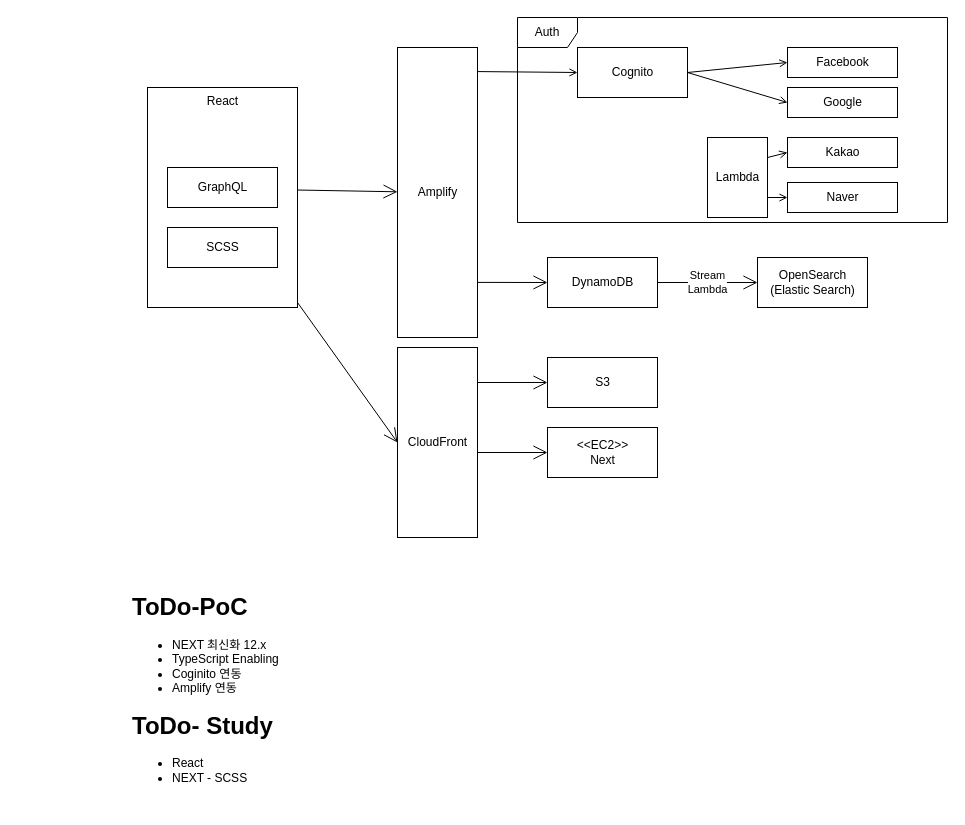
This is draws/BTW-NEXT-01.drawio from BellaBita/snippet, a draw.io file, before an edit. Source tidied: cells renumbered, new cells numbered last; positions are measured from the earlier drawing's top-left corner, leaving out a move shared by most shapes. Both pictures are drawn from the tidied source at 100%, with x=0, y=0 at pixel (127, 17).
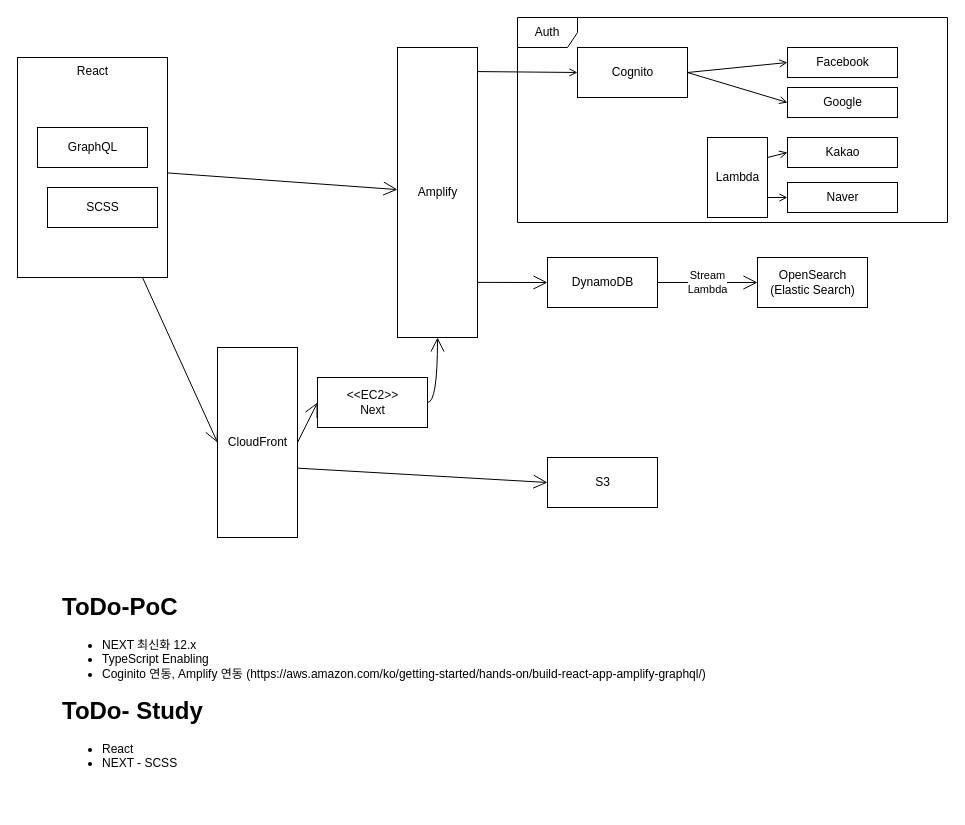
Above is the later version.

Unchanged cells that the change refers to:
```xml
<mxCell id="19" value="Amplify" style="html=1;" parent="1" vertex="1">
  <mxGeometry x="270" y="30" width="80" height="290" as="geometry" />
</mxCell>
```

The edit, as a diff of the source:
```diff
@@
     <mxCell id="3" value="React" style="html=1;verticalAlign=top;" parent="1" vertex="1">
-      <mxGeometry x="20" y="70" width="150" height="220" as="geometry" />
+      <mxGeometry x="-110" y="40" width="150" height="220" as="geometry" />
     </mxCell>
@@
     <mxCell id="14" value="GraphQL" style="html=1;" parent="1" vertex="1">
-      <mxGeometry x="40" y="150" width="110" height="40" as="geometry" />
+      <mxGeometry x="-90" y="110" width="110" height="40" as="geometry" />
     </mxCell>
@@
     <mxCell id="21" value="S3" style="html=1;" parent="1" vertex="1">
-      <mxGeometry x="420" y="340" width="110" height="50" as="geometry" />
+      <mxGeometry x="420" y="440" width="110" height="50" as="geometry" />
     </mxCell>
-    <mxCell id="22" style="endArrow=open;endFill=1;endSize=12;html=1;rounded=0;entryX=0;entryY=0.5;entryDx=0;entryDy=0;" parent="1" edge="1" target="21">
-      <mxGeometry relative="1" as="geometry">
-        <mxPoint x="350" y="365" as="sourcePoint" />
-      </mxGeometry>
+    <mxCell id="22" style="endArrow=open;endFill=1;endSize=12;html=1;rounded=0;entryX=0;entryY=0.5;entryDx=0;entryDy=0;exitX=1;exitY=0.635;exitDx=0;exitDy=0;exitPerimeter=0;" parent="1" edge="1" source="23" target="21">
+      <mxGeometry relative="1" as="geometry" />
     </mxCell>
     <mxCell id="23" value="CloudFront" style="html=1;" parent="1" vertex="1">
-      <mxGeometry x="270" y="330" width="80" height="190" as="geometry" />
+      <mxGeometry x="90" y="330" width="80" height="190" as="geometry" />
     </mxCell>
     <mxCell id="24" value="&amp;lt;&amp;lt;EC2&amp;gt;&amp;gt;&lt;br&gt;Next" style="html=1;" parent="1" vertex="1">
-      <mxGeometry x="420" y="410" width="110" height="50" as="geometry" />
+      <mxGeometry x="190" y="360" width="110" height="50" as="geometry" />
     </mxCell>
-    <mxCell id="25" style="endArrow=open;endFill=1;endSize=12;html=1;rounded=0;entryX=0;entryY=0.5;entryDx=0;entryDy=0;" parent="1" edge="1" target="24">
-      <mxGeometry relative="1" as="geometry">
-        <mxPoint x="350" y="435" as="sourcePoint" />
-      </mxGeometry>
+    <mxCell id="25" style="endArrow=open;endFill=1;endSize=12;html=1;rounded=0;entryX=0;entryY=0.5;entryDx=0;entryDy=0;exitX=1;exitY=0.5;exitDx=0;exitDy=0;" parent="1" edge="1" source="23" target="24">
+      <mxGeometry relative="1" as="geometry" />
     </mxCell>
     <mxCell id="26" value="SCSS" style="html=1;" parent="1" vertex="1">
-      <mxGeometry x="40" y="210" width="110" height="40" as="geometry" />
+      <mxGeometry x="-80" y="170" width="110" height="40" as="geometry" />
     </mxCell>
-    <mxCell id="27" style="endArrow=open;endFill=1;endSize=12;html=1;rounded=0;exitX=1.001;exitY=0.466;exitDx=0;exitDy=0;exitPerimeter=0;" parent="1" edge="1" source="3" target="19">
+    <mxCell id="27" style="endArrow=open;endFill=1;endSize=12;html=1;rounded=0;" parent="1" edge="1" source="3" target="19">
       <mxGeometry relative="1" as="geometry" />
     </mxCell>
@@
-    <mxCell id="29" value="&lt;p style=&quot;line-height: 0.9&quot;&gt;&lt;/p&gt;&lt;h1&gt;ToDo-PoC&lt;/h1&gt;&lt;p&gt;&lt;/p&gt;&lt;ul&gt;&lt;li&gt;NEXT 최신화 12.x&amp;nbsp;&lt;/li&gt;&lt;li&gt;TypeScript Enabling&amp;nbsp;&lt;/li&gt;&lt;li&gt;Coginito 연동&amp;nbsp;&lt;/li&gt;&lt;li&gt;Amplify 연동&lt;/li&gt;&lt;/ul&gt;&lt;h1&gt;ToDo- Study&lt;/h1&gt;&lt;div&gt;&lt;ul&gt;&lt;li&gt;React&lt;/li&gt;&lt;li&gt;NEXT - SCSS&lt;/li&gt;&lt;/ul&gt;&lt;/div&gt;&lt;p&gt;&lt;/p&gt;&lt;p&gt;&lt;/p&gt;" style="text;html=1;strokeColor=none;fillColor=none;spacing=5;spacingTop=-20;whiteSpace=wrap;overflow=hidden;rounded=0;" parent="1" vertex="1">
-      <mxGeometry y="570" width="350" height="220" as="geometry" />
+    <mxCell id="29" value="&lt;p style=&quot;line-height: 0.9&quot;&gt;&lt;/p&gt;&lt;h1&gt;ToDo-PoC&lt;/h1&gt;&lt;p&gt;&lt;/p&gt;&lt;ul&gt;&lt;li&gt;NEXT 최신화 12.x&amp;nbsp;&lt;/li&gt;&lt;li&gt;TypeScript Enabling&amp;nbsp;&lt;/li&gt;&lt;li&gt;Coginito 연동, Amplify 연동 (https://aws.amazon.com/ko/getting-started/hands-on/build-react-app-amplify-graphql/)&lt;/li&gt;&lt;/ul&gt;&lt;h1&gt;ToDo- Study&lt;/h1&gt;&lt;div&gt;&lt;ul&gt;&lt;li&gt;React&lt;/li&gt;&lt;li&gt;NEXT - SCSS&lt;/li&gt;&lt;/ul&gt;&lt;/div&gt;&lt;p&gt;&lt;/p&gt;&lt;p&gt;&lt;/p&gt;" style="text;html=1;strokeColor=none;fillColor=none;spacing=5;spacingTop=-20;whiteSpace=wrap;overflow=hidden;rounded=0;" parent="1" vertex="1">
+      <mxGeometry x="-70" y="570" width="700" height="220" as="geometry" />
     </mxCell>
+    <mxCell id="30" style="endArrow=open;endFill=1;endSize=12;html=1;rounded=0;entryX=0.5;entryY=1;entryDx=0;entryDy=0;exitX=1;exitY=0.5;exitDx=0;exitDy=0;edgeStyle=orthogonalEdgeStyle;curved=1;" parent="1" edge="1" source="24" target="19">
+      <mxGeometry relative="1" as="geometry" />
+    </mxCell>
```
